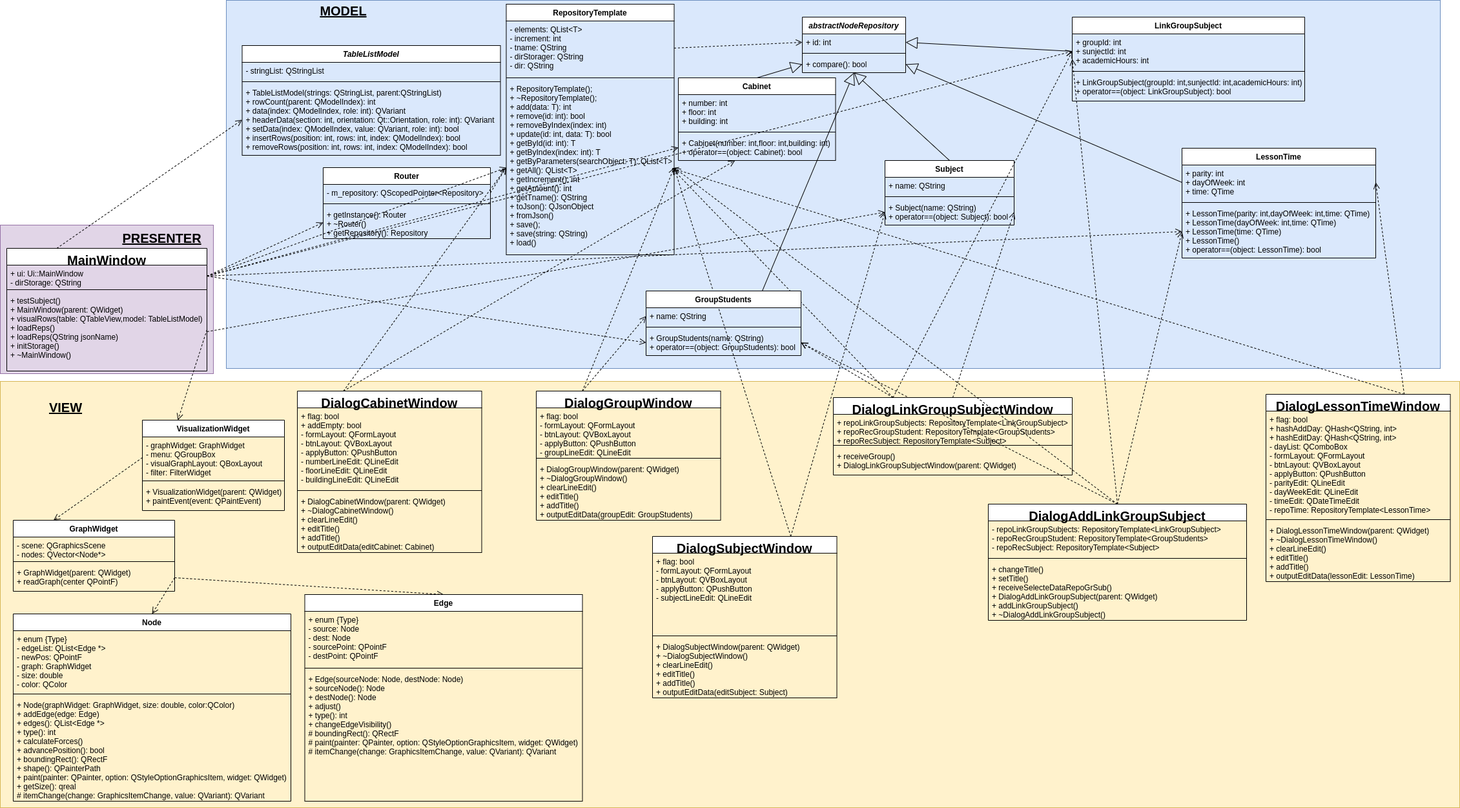
Above: docs/uml-diagram_color.png in valeriefuerte/ScheduleMultipartiteGraph (draw.io), before the change. Source tidied: cells renumbered, new cells last; positions are measured from the earlier drawing's top-left corner, leaving out a move shared by most shapes.
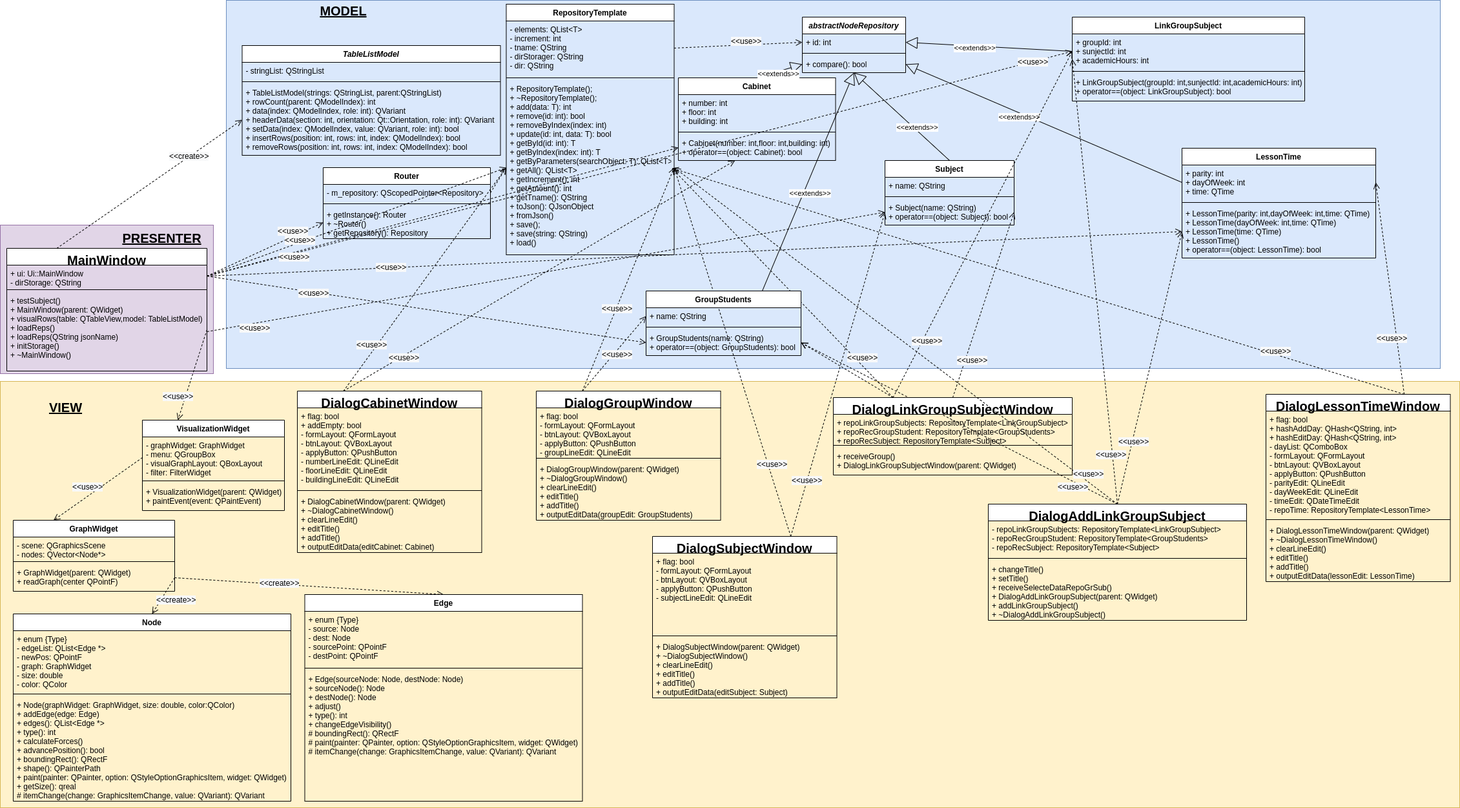
Later version of the same file.

The edit, as a diff of the source:
```diff
@@ -130,3 +130,3 @@
     </mxCell>
-    <mxCell id="44" style="edgeStyle=orthogonalEdgeStyle;rounded=0;jettySize=auto;html=1;exitX=0.5;exitY=0;exitDx=0;exitDy=0;entryX=0.5;entryY=1;entryDx=0;entryDy=0;" parent="1" edge="1" target="x">
+    <mxCell id="44" style="edgeStyle=orthogonalEdgeStyle;rounded=0;orthogonalLoop=1;jettySize=auto;html=1;exitX=0.5;exitY=0;exitDx=0;exitDy=0;entryX=0.5;entryY=1;entryDx=0;entryDy=0;" parent="1" edge="1">
       <mxGeometry relative="1" as="geometry">
@@ -135,3 +135,3 @@
     </mxCell>
-    <mxCell id="45" style="edgeStyle=orthogonalEdgeStyle;rounded=0;jettySize=auto;html=1;exitX=1;exitY=0.5;exitDx=0;exitDy=0;entryX=0;entryY=0.5;entryDx=0;entryDy=0;" parent="1" edge="1" source="x">
+    <mxCell id="45" style="edgeStyle=orthogonalEdgeStyle;rounded=0;orthogonalLoop=1;jettySize=auto;html=1;exitX=1;exitY=0.5;exitDx=0;exitDy=0;entryX=0;entryY=0.5;entryDx=0;entryDy=0;" parent="1" edge="1">
       <mxGeometry relative="1" as="geometry">
@@ -143,2 +143,5 @@
     </mxCell>
+    <mxCell id="125" value="&amp;lt;&amp;lt;extends&amp;gt;&amp;gt;" style="edgeLabel;html=1;align=center;verticalAlign=middle;" parent="46" vertex="1">
+      <mxGeometry x="-0.22" y="-4" relative="1" as="geometry" />
+    </mxCell>
     <mxCell id="47" style="endArrow=block;endSize=16;endFill=0;html=1;entryX=0;entryY=0.5;entryDx=0;entryDy=0;exitX=0.5;exitY=0;exitDx=0;exitDy=0;" parent="1" edge="1" source="40" target="31">
@@ -146,2 +149,7 @@
     </mxCell>
+    <mxCell id="126" value="&amp;lt;&amp;lt;extends&amp;gt;&amp;gt;" style="edgeLabel;html=1;align=center;verticalAlign=middle;" parent="47" vertex="1">
+      <mxGeometry x="-0.18" relative="1" as="geometry">
+        <mxPoint y="-1.4" as="offset" />
+      </mxGeometry>
+    </mxCell>
     <mxCell id="48" style="endArrow=block;endSize=16;endFill=0;html=1;entryX=0.5;entryY=1;entryDx=0;entryDy=0;exitX=0.75;exitY=0;exitDx=0;exitDy=0;" parent="1" edge="1" source="99" target="28">
@@ -149,2 +157,7 @@
     </mxCell>
+    <mxCell id="127" value="&amp;lt;&amp;lt;extends&amp;gt;&amp;gt;" style="edgeLabel;html=1;align=center;verticalAlign=middle;" parent="48" vertex="1">
+      <mxGeometry x="-0.09" y="-5" relative="1" as="geometry">
+        <mxPoint y="-1" as="offset" />
+      </mxGeometry>
+    </mxCell>
     <mxCell id="49" style="html=1;verticalAlign=bottom;endArrow=open;dashed=1;endSize=8;entryX=0;entryY=0.5;entryDx=0;entryDy=0;exitX=1;exitY=0.5;exitDx=0;exitDy=0;" parent="1" edge="1" source="37" target="29">
@@ -158,2 +171,5 @@
     </mxCell>
+    <mxCell id="128" value="&amp;lt;&amp;lt;extends&amp;gt;&amp;gt;" style="edgeLabel;html=1;align=center;verticalAlign=middle;" parent="51" vertex="1">
+      <mxGeometry x="0.19" y="4" relative="1" as="geometry" />
+    </mxCell>
     <mxCell id="52" style="endArrow=block;endSize=16;endFill=0;html=1;entryX=1;entryY=0.5;entryDx=0;entryDy=0;exitX=0;exitY=0.5;exitDx=0;exitDy=0;" parent="1" edge="1" source="18" target="29">
@@ -161,2 +177,7 @@
     </mxCell>
+    <mxCell id="129" value="&amp;lt;&amp;lt;extends&amp;gt;&amp;gt;" style="edgeLabel;html=1;align=center;verticalAlign=middle;" parent="52" vertex="1">
+      <mxGeometry x="0.17" y="-1" relative="1" as="geometry">
+        <mxPoint x="-1" as="offset" />
+      </mxGeometry>
+    </mxCell>
     <mxCell id="53" style="html=1;verticalAlign=bottom;endArrow=open;dashed=1;endSize=8;exitX=0.25;exitY=0;exitDx=0;exitDy=0;" parent="1" edge="1" source="67" target="43">
@@ -387,2 +408,86 @@
     </mxCell>
+    <mxCell id="130" value="&lt;meta charset=&quot;utf-8&quot;&gt;&lt;span style=&quot;color: rgb(0, 0, 0); font-family: helvetica; font-size: 12px; font-style: normal; font-weight: 400; letter-spacing: normal; text-align: center; text-indent: 0px; text-transform: none; word-spacing: 0px; background-color: rgb(248, 249, 250); display: inline; float: none;&quot;&gt;&amp;lt;&amp;lt;use&amp;gt;&amp;gt;&lt;/span&gt;" style="text;whiteSpace=wrap;html=1;" parent="1" vertex="1">
+      <mxGeometry x="1223.5" y="730" width="70" height="30" as="geometry" />
+    </mxCell>
+    <mxCell id="131" value="&lt;meta charset=&quot;utf-8&quot;&gt;&lt;span style=&quot;color: rgb(0, 0, 0); font-family: helvetica; font-size: 12px; font-style: normal; font-weight: 400; letter-spacing: normal; text-align: center; text-indent: 0px; text-transform: none; word-spacing: 0px; background-color: rgb(248, 249, 250); display: inline; float: none;&quot;&gt;&amp;lt;&amp;lt;use&amp;gt;&amp;gt;&lt;/span&gt;" style="text;whiteSpace=wrap;html=1;" parent="1" vertex="1">
+      <mxGeometry x="1170" y="705" width="70" height="30" as="geometry" />
+    </mxCell>
+    <mxCell id="132" value="&lt;meta charset=&quot;utf-8&quot;&gt;&lt;span style=&quot;color: rgb(0, 0, 0); font-family: helvetica; font-size: 12px; font-style: normal; font-weight: 400; letter-spacing: normal; text-align: center; text-indent: 0px; text-transform: none; word-spacing: 0px; background-color: rgb(248, 249, 250); display: inline; float: none;&quot;&gt;&amp;lt;&amp;lt;use&amp;gt;&amp;gt;&lt;/span&gt;" style="text;whiteSpace=wrap;html=1;" parent="1" vertex="1">
+      <mxGeometry x="930" y="464" width="70" height="30" as="geometry" />
+    </mxCell>
+    <mxCell id="133" value="&lt;meta charset=&quot;utf-8&quot;&gt;&lt;span style=&quot;color: rgb(0, 0, 0); font-family: helvetica; font-size: 12px; font-style: normal; font-weight: 400; letter-spacing: normal; text-align: center; text-indent: 0px; text-transform: none; word-spacing: 0px; background-color: rgb(248, 249, 250); display: inline; float: none;&quot;&gt;&amp;lt;&amp;lt;use&amp;gt;&amp;gt;&lt;/span&gt;" style="text;whiteSpace=wrap;html=1;" parent="1" vertex="1">
+      <mxGeometry x="930" y="534.5" width="70" height="30" as="geometry" />
+    </mxCell>
+    <mxCell id="134" value="&lt;meta charset=&quot;utf-8&quot;&gt;&lt;span style=&quot;color: rgb(0, 0, 0); font-family: helvetica; font-size: 12px; font-style: normal; font-weight: 400; letter-spacing: normal; text-align: center; text-indent: 0px; text-transform: none; word-spacing: 0px; background-color: rgb(248, 249, 250); display: inline; float: none;&quot;&gt;&amp;lt;&amp;lt;use&amp;gt;&amp;gt;&lt;/span&gt;" style="text;whiteSpace=wrap;html=1;" parent="1" vertex="1">
+      <mxGeometry x="1730" y="670" width="70" height="30" as="geometry" />
+    </mxCell>
+    <mxCell id="135" value="&lt;meta charset=&quot;utf-8&quot;&gt;&lt;span style=&quot;color: rgb(0, 0, 0); font-family: helvetica; font-size: 12px; font-style: normal; font-weight: 400; letter-spacing: normal; text-align: center; text-indent: 0px; text-transform: none; word-spacing: 0px; background-color: rgb(248, 249, 250); display: inline; float: none;&quot;&gt;&amp;lt;&amp;lt;use&amp;gt;&amp;gt;&lt;/span&gt;" style="text;whiteSpace=wrap;html=1;" parent="1" vertex="1">
+      <mxGeometry x="1695" y="690" width="70" height="30" as="geometry" />
+    </mxCell>
+    <mxCell id="136" value="&lt;meta charset=&quot;utf-8&quot;&gt;&lt;span style=&quot;color: rgb(0, 0, 0); font-family: helvetica; font-size: 12px; font-style: normal; font-weight: 400; letter-spacing: normal; text-align: center; text-indent: 0px; text-transform: none; word-spacing: 0px; background-color: rgb(248, 249, 250); display: inline; float: none;&quot;&gt;&amp;lt;&amp;lt;use&amp;gt;&amp;gt;&lt;/span&gt;" style="text;whiteSpace=wrap;html=1;" parent="1" vertex="1">
+      <mxGeometry x="1660" y="720" width="70" height="30" as="geometry" />
+    </mxCell>
+    <mxCell id="137" value="&lt;meta charset=&quot;utf-8&quot;&gt;&lt;span style=&quot;color: rgb(0, 0, 0); font-family: helvetica; font-size: 12px; font-style: normal; font-weight: 400; letter-spacing: normal; text-align: center; text-indent: 0px; text-transform: none; word-spacing: 0px; background-color: rgb(248, 249, 250); display: inline; float: none;&quot;&gt;&amp;lt;&amp;lt;use&amp;gt;&amp;gt;&lt;/span&gt;" style="text;whiteSpace=wrap;html=1;" parent="1" vertex="1">
+      <mxGeometry x="1636" y="740" width="70" height="30" as="geometry" />
+    </mxCell>
+    <mxCell id="138" value="&lt;meta charset=&quot;utf-8&quot;&gt;&lt;span style=&quot;color: rgb(0, 0, 0); font-family: helvetica; font-size: 12px; font-style: normal; font-weight: 400; letter-spacing: normal; text-align: center; text-indent: 0px; text-transform: none; word-spacing: 0px; background-color: rgb(248, 249, 250); display: inline; float: none;&quot;&gt;&amp;lt;&amp;lt;use&amp;gt;&amp;gt;&lt;/span&gt;" style="text;whiteSpace=wrap;html=1;" parent="1" vertex="1">
+      <mxGeometry x="1950" y="530" width="70" height="30" as="geometry" />
+    </mxCell>
+    <mxCell id="139" value="&lt;meta charset=&quot;utf-8&quot;&gt;&lt;span style=&quot;color: rgb(0, 0, 0); font-family: helvetica; font-size: 12px; font-style: normal; font-weight: 400; letter-spacing: normal; text-align: center; text-indent: 0px; text-transform: none; word-spacing: 0px; background-color: rgb(248, 249, 250); display: inline; float: none;&quot;&gt;&amp;lt;&amp;lt;use&amp;gt;&amp;gt;&lt;/span&gt;" style="text;whiteSpace=wrap;html=1;" parent="1" vertex="1">
+      <mxGeometry x="2130" y="510" width="70" height="30" as="geometry" />
+    </mxCell>
+    <mxCell id="140" value="&lt;meta charset=&quot;utf-8&quot;&gt;&lt;span style=&quot;color: rgb(0, 0, 0); font-family: helvetica; font-size: 12px; font-style: normal; font-weight: 400; letter-spacing: normal; text-align: center; text-indent: 0px; text-transform: none; word-spacing: 0px; background-color: rgb(248, 249, 250); display: inline; float: none;&quot;&gt;&amp;lt;&amp;lt;use&amp;gt;&amp;gt;&lt;/span&gt;" style="text;whiteSpace=wrap;html=1;" parent="1" vertex="1">
+      <mxGeometry x="1480" y="544" width="70" height="30" as="geometry" />
+    </mxCell>
+    <mxCell id="141" value="&lt;meta charset=&quot;utf-8&quot;&gt;&lt;span style=&quot;color: rgb(0, 0, 0); font-family: helvetica; font-size: 12px; font-style: normal; font-weight: 400; letter-spacing: normal; text-align: center; text-indent: 0px; text-transform: none; word-spacing: 0px; background-color: rgb(248, 249, 250); display: inline; float: none;&quot;&gt;&amp;lt;&amp;lt;use&amp;gt;&amp;gt;&lt;/span&gt;" style="text;whiteSpace=wrap;html=1;" parent="1" vertex="1">
+      <mxGeometry x="1310" y="540" width="70" height="30" as="geometry" />
+    </mxCell>
+    <mxCell id="142" value="&lt;meta charset=&quot;utf-8&quot;&gt;&lt;span style=&quot;color: rgb(0, 0, 0); font-family: helvetica; font-size: 12px; font-style: normal; font-weight: 400; letter-spacing: normal; text-align: center; text-indent: 0px; text-transform: none; word-spacing: 0px; background-color: rgb(248, 249, 250); display: inline; float: none;&quot;&gt;&amp;lt;&amp;lt;use&amp;gt;&amp;gt;&lt;/span&gt;" style="text;whiteSpace=wrap;html=1;" parent="1" vertex="1">
+      <mxGeometry x="1410" y="514" width="70" height="30" as="geometry" />
+    </mxCell>
+    <mxCell id="143" value="&lt;span style=&quot;color: rgb(0 , 0 , 0) ; font-family: &amp;#34;helvetica&amp;#34; ; font-size: 12px ; font-style: normal ; font-weight: 400 ; letter-spacing: normal ; text-align: center ; text-indent: 0px ; text-transform: none ; word-spacing: 0px ; background-color: rgb(248 , 249 , 250) ; display: inline ; float: none&quot;&gt;&amp;lt;&amp;lt;create&amp;gt;&amp;gt;&lt;/span&gt;" style="text;whiteSpace=wrap;html=1;" parent="1" vertex="1">
+      <mxGeometry x="240" y="915" width="70" height="30" as="geometry" />
+    </mxCell>
+    <mxCell id="144" value="&lt;span style=&quot;color: rgb(0 , 0 , 0) ; font-family: &amp;#34;helvetica&amp;#34; ; font-size: 12px ; font-style: normal ; font-weight: 400 ; letter-spacing: normal ; text-align: center ; text-indent: 0px ; text-transform: none ; word-spacing: 0px ; background-color: rgb(248 , 249 , 250) ; display: inline ; float: none&quot;&gt;&amp;lt;&amp;lt;create&amp;gt;&amp;gt;&lt;/span&gt;" style="text;whiteSpace=wrap;html=1;" parent="1" vertex="1">
+      <mxGeometry x="400" y="889" width="70" height="30" as="geometry" />
+    </mxCell>
+    <mxCell id="145" value="&lt;meta charset=&quot;utf-8&quot;&gt;&lt;span style=&quot;color: rgb(0, 0, 0); font-family: helvetica; font-size: 12px; font-style: normal; font-weight: 400; letter-spacing: normal; text-align: center; text-indent: 0px; text-transform: none; word-spacing: 0px; background-color: rgb(248, 249, 250); display: inline; float: none;&quot;&gt;&amp;lt;&amp;lt;use&amp;gt;&amp;gt;&lt;/span&gt;" style="text;whiteSpace=wrap;html=1;" parent="1" vertex="1">
+      <mxGeometry x="600" y="540" width="70" height="30" as="geometry" />
+    </mxCell>
+    <mxCell id="146" value="&lt;meta charset=&quot;utf-8&quot;&gt;&lt;span style=&quot;color: rgb(0, 0, 0); font-family: helvetica; font-size: 12px; font-style: normal; font-weight: 400; letter-spacing: normal; text-align: center; text-indent: 0px; text-transform: none; word-spacing: 0px; background-color: rgb(248, 249, 250); display: inline; float: none;&quot;&gt;&amp;lt;&amp;lt;use&amp;gt;&amp;gt;&lt;/span&gt;" style="text;whiteSpace=wrap;html=1;" parent="1" vertex="1">
+      <mxGeometry x="550" y="520" width="70" height="30" as="geometry" />
+    </mxCell>
+    <mxCell id="147" value="&lt;meta charset=&quot;utf-8&quot;&gt;&lt;span style=&quot;color: rgb(0, 0, 0); font-family: helvetica; font-size: 12px; font-style: normal; font-weight: 400; letter-spacing: normal; text-align: center; text-indent: 0px; text-transform: none; word-spacing: 0px; background-color: rgb(248, 249, 250); display: inline; float: none;&quot;&gt;&amp;lt;&amp;lt;use&amp;gt;&amp;gt;&lt;/span&gt;" style="text;whiteSpace=wrap;html=1;" parent="1" vertex="1">
+      <mxGeometry x="1130" y="50" width="70" height="30" as="geometry" />
+    </mxCell>
+    <mxCell id="148" value="&lt;meta charset=&quot;utf-8&quot;&gt;&lt;span style=&quot;color: rgb(0, 0, 0); font-family: helvetica; font-size: 12px; font-style: normal; font-weight: 400; letter-spacing: normal; text-align: center; text-indent: 0px; text-transform: none; word-spacing: 0px; background-color: rgb(248, 249, 250); display: inline; float: none;&quot;&gt;&amp;lt;&amp;lt;use&amp;gt;&amp;gt;&lt;/span&gt;" style="text;whiteSpace=wrap;html=1;" parent="1" vertex="1">
+      <mxGeometry x="110" y="740" width="70" height="30" as="geometry" />
+    </mxCell>
+    <mxCell id="149" value="&lt;meta charset=&quot;utf-8&quot;&gt;&lt;span style=&quot;color: rgb(0, 0, 0); font-family: helvetica; font-size: 12px; font-style: normal; font-weight: 400; letter-spacing: normal; text-align: center; text-indent: 0px; text-transform: none; word-spacing: 0px; background-color: rgb(248, 249, 250); display: inline; float: none;&quot;&gt;&amp;lt;&amp;lt;use&amp;gt;&amp;gt;&lt;/span&gt;" style="text;whiteSpace=wrap;html=1;" parent="1" vertex="1">
+      <mxGeometry x="369" y="494" width="70" height="30" as="geometry" />
+    </mxCell>
+    <mxCell id="150" value="&lt;meta charset=&quot;utf-8&quot;&gt;&lt;span style=&quot;color: rgb(0, 0, 0); font-family: helvetica; font-size: 12px; font-style: normal; font-weight: 400; letter-spacing: normal; text-align: center; text-indent: 0px; text-transform: none; word-spacing: 0px; background-color: rgb(248, 249, 250); display: inline; float: none;&quot;&gt;&amp;lt;&amp;lt;use&amp;gt;&amp;gt;&lt;/span&gt;" style="text;whiteSpace=wrap;html=1;" parent="1" vertex="1">
+      <mxGeometry x="428" y="344" width="70" height="30" as="geometry" />
+    </mxCell>
+    <mxCell id="151" value="&lt;meta charset=&quot;utf-8&quot;&gt;&lt;span style=&quot;color: rgb(0, 0, 0); font-family: helvetica; font-size: 12px; font-style: normal; font-weight: 400; letter-spacing: normal; text-align: center; text-indent: 0px; text-transform: none; word-spacing: 0px; background-color: rgb(248, 249, 250); display: inline; float: none;&quot;&gt;&amp;lt;&amp;lt;use&amp;gt;&amp;gt;&lt;/span&gt;" style="text;whiteSpace=wrap;html=1;" parent="1" vertex="1">
+      <mxGeometry x="430" y="384" width="70" height="30" as="geometry" />
+    </mxCell>
+    <mxCell id="152" value="&lt;span style=&quot;color: rgb(0 , 0 , 0) ; font-family: &amp;#34;helvetica&amp;#34; ; font-size: 12px ; font-style: normal ; font-weight: 400 ; letter-spacing: normal ; text-align: center ; text-indent: 0px ; text-transform: none ; word-spacing: 0px ; background-color: rgb(248 , 249 , 250) ; display: inline ; float: none&quot;&gt;&amp;lt;&amp;lt;create&amp;gt;&amp;gt;&lt;/span&gt;" style="text;whiteSpace=wrap;html=1;" parent="1" vertex="1">
+      <mxGeometry x="260" y="228" width="70" height="30" as="geometry" />
+    </mxCell>
+    <mxCell id="153" value="&lt;meta charset=&quot;utf-8&quot;&gt;&lt;span style=&quot;color: rgb(0, 0, 0); font-family: helvetica; font-size: 12px; font-style: normal; font-weight: 400; letter-spacing: normal; text-align: center; text-indent: 0px; text-transform: none; word-spacing: 0px; background-color: rgb(248, 249, 250); display: inline; float: none;&quot;&gt;&amp;lt;&amp;lt;use&amp;gt;&amp;gt;&lt;/span&gt;" style="text;whiteSpace=wrap;html=1;" parent="1" vertex="1">
+      <mxGeometry x="250" y="600" width="70" height="30" as="geometry" />
+    </mxCell>
+    <mxCell id="154" value="&lt;meta charset=&quot;utf-8&quot;&gt;&lt;span style=&quot;color: rgb(0, 0, 0); font-family: helvetica; font-size: 12px; font-style: normal; font-weight: 400; letter-spacing: normal; text-align: center; text-indent: 0px; text-transform: none; word-spacing: 0px; background-color: rgb(248, 249, 250); display: inline; float: none;&quot;&gt;&amp;lt;&amp;lt;use&amp;gt;&amp;gt;&lt;/span&gt;" style="text;whiteSpace=wrap;html=1;" parent="1" vertex="1">
+      <mxGeometry x="580" y="400" width="70" height="30" as="geometry" />
+    </mxCell>
+    <mxCell id="155" value="&lt;meta charset=&quot;utf-8&quot;&gt;&lt;span style=&quot;color: rgb(0, 0, 0); font-family: helvetica; font-size: 12px; font-style: normal; font-weight: 400; letter-spacing: normal; text-align: center; text-indent: 0px; text-transform: none; word-spacing: 0px; background-color: rgb(248, 249, 250); display: inline; float: none;&quot;&gt;&amp;lt;&amp;lt;use&amp;gt;&amp;gt;&lt;/span&gt;" style="text;whiteSpace=wrap;html=1;" parent="1" vertex="1">
+      <mxGeometry x="460" y="440" width="70" height="30" as="geometry" />
+    </mxCell>
+    <mxCell id="156" value="&lt;meta charset=&quot;utf-8&quot;&gt;&lt;span style=&quot;color: rgb(0, 0, 0); font-family: helvetica; font-size: 12px; font-style: normal; font-weight: 400; letter-spacing: normal; text-align: center; text-indent: 0px; text-transform: none; word-spacing: 0px; background-color: rgb(248, 249, 250); display: inline; float: none;&quot;&gt;&amp;lt;&amp;lt;use&amp;gt;&amp;gt;&lt;/span&gt;" style="text;whiteSpace=wrap;html=1;" parent="1" vertex="1">
+      <mxGeometry x="439" y="358" width="70" height="30" as="geometry" />
+    </mxCell>
+    <mxCell id="157" value="&lt;meta charset=&quot;utf-8&quot;&gt;&lt;span style=&quot;color: rgb(0, 0, 0); font-family: helvetica; font-size: 12px; font-style: normal; font-weight: 400; letter-spacing: normal; text-align: center; text-indent: 0px; text-transform: none; word-spacing: 0px; background-color: rgb(248, 249, 250); display: inline; float: none;&quot;&gt;&amp;lt;&amp;lt;use&amp;gt;&amp;gt;&lt;/span&gt;" style="text;whiteSpace=wrap;html=1;" parent="1" vertex="1">
+      <mxGeometry x="1574" y="82" width="70" height="30" as="geometry" />
+    </mxCell>
   </root>
```
